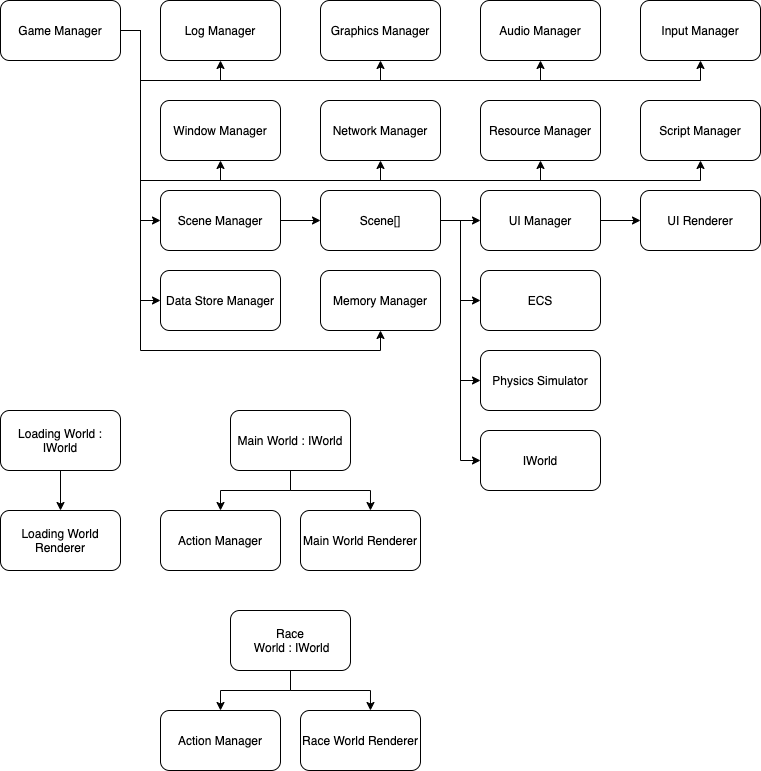
Before: documentation/technical_architecture/images/server_class_structure_overview.drawio.png, a diagram exported from draw.io (snowmeltarcade/projectbirdracing). Source tidied: cells renumbered, new cells last; positions are measured from the earlier drawing's top-left corner, leaving out a move shared by most shapes.
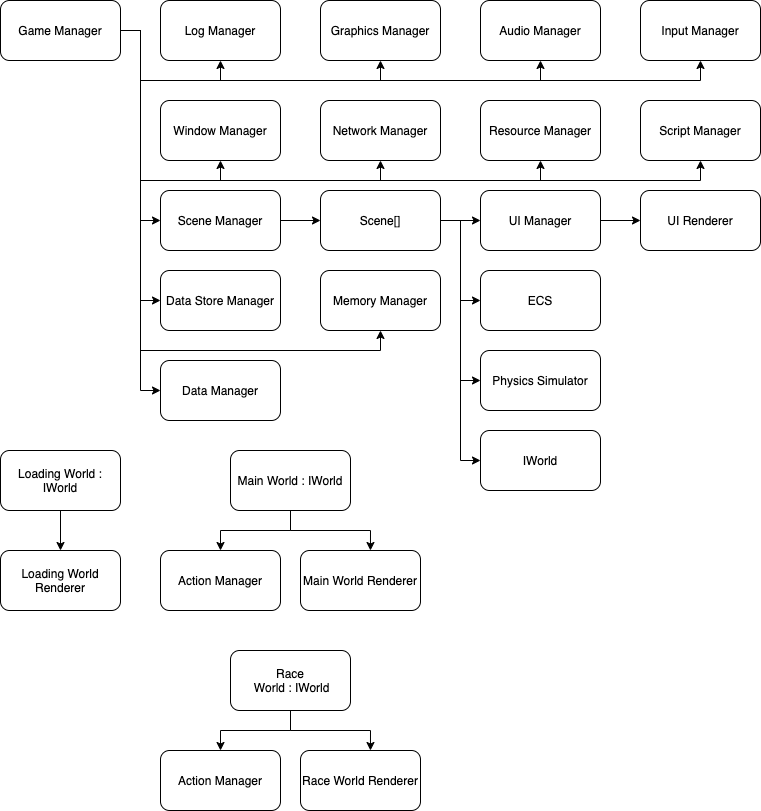
After the change.

Commit message:
Add description of the data manager.

Diff of the diagram source:
```diff
@@ -99,7 +99,7 @@
       <mxGeometry relative="1" as="geometry" />
     </mxCell>
     <mxCell id="20" value="Loading World : IWorld" style="rounded=1;whiteSpace=wrap;html=1;" parent="1" vertex="1">
-      <mxGeometry y="410" width="120" height="60" as="geometry" />
+      <mxGeometry y="450" width="120" height="60" as="geometry" />
     </mxCell>
     <mxCell id="21" value="ECS" style="rounded=1;whiteSpace=wrap;html=1;" parent="1" vertex="1">
       <mxGeometry x="480" y="270" width="120" height="60" as="geometry" />
@@ -117,10 +117,10 @@
       <mxGeometry x="320" y="100" width="120" height="60" as="geometry" />
     </mxCell>
     <mxCell id="26" value="Action Manager" style="rounded=1;whiteSpace=wrap;html=1;" parent="1" vertex="1">
-      <mxGeometry x="160" y="510" width="120" height="60" as="geometry" />
+      <mxGeometry x="160" y="550" width="120" height="60" as="geometry" />
     </mxCell>
     <mxCell id="27" value="Loading World Renderer" style="rounded=1;whiteSpace=wrap;html=1;" parent="1" vertex="1">
-      <mxGeometry y="510" width="120" height="60" as="geometry" />
+      <mxGeometry y="550" width="120" height="60" as="geometry" />
     </mxCell>
     <mxCell id="28" style="edgeStyle=orthogonalEdgeStyle;rounded=0;jettySize=auto;html=1;" parent="1" edge="1" source="29" target="34">
       <mxGeometry relative="1" as="geometry" />
@@ -156,13 +156,13 @@
       <mxGeometry relative="1" as="geometry" />
     </mxCell>
     <mxCell id="39" value="Main World : IWorld" style="rounded=1;whiteSpace=wrap;html=1;" parent="1" vertex="1">
-      <mxGeometry x="230" y="410" width="120" height="60" as="geometry" />
+      <mxGeometry x="230" y="450" width="120" height="60" as="geometry" />
     </mxCell>
     <mxCell id="40" value="Main World Renderer" style="rounded=1;whiteSpace=wrap;html=1;" parent="1" vertex="1">
-      <mxGeometry x="300" y="510" width="120" height="60" as="geometry" />
+      <mxGeometry x="300" y="550" width="120" height="60" as="geometry" />
     </mxCell>
     <mxCell id="41" value="Action Manager" style="rounded=1;whiteSpace=wrap;html=1;" parent="1" vertex="1">
-      <mxGeometry x="160" y="710" width="120" height="60" as="geometry" />
+      <mxGeometry x="160" y="750" width="120" height="60" as="geometry" />
     </mxCell>
     <mxCell id="42" style="edgeStyle=orthogonalEdgeStyle;rounded=0;jettySize=auto;html=1;exitX=0.5;exitY=1;exitDx=0;exitDy=0;entryX=0.5;entryY=0;entryDx=0;entryDy=0;" parent="1" edge="1" source="44" target="41">
       <mxGeometry relative="1" as="geometry" />
@@ -171,10 +171,10 @@
       <mxGeometry relative="1" as="geometry" />
     </mxCell>
     <mxCell id="44" value="Race&lt;br&gt;&amp;nbsp;World : IWorld" style="rounded=1;whiteSpace=wrap;html=1;" parent="1" vertex="1">
-      <mxGeometry x="230" y="610" width="120" height="60" as="geometry" />
+      <mxGeometry x="230" y="650" width="120" height="60" as="geometry" />
     </mxCell>
     <mxCell id="45" value="Race World Renderer" style="rounded=1;whiteSpace=wrap;html=1;" parent="1" vertex="1">
-      <mxGeometry x="300" y="710" width="120" height="60" as="geometry" />
+      <mxGeometry x="300" y="750" width="120" height="60" as="geometry" />
     </mxCell>
     <mxCell id="46" value="Resource Manager" style="rounded=1;whiteSpace=wrap;html=1;" parent="1" vertex="1">
       <mxGeometry x="480" y="100" width="120" height="60" as="geometry" />
@@ -188,5 +188,16 @@
     <mxCell id="49" value="Memory Manager" style="rounded=1;whiteSpace=wrap;html=1;" parent="1" vertex="1">
       <mxGeometry x="320" y="270" width="120" height="60" as="geometry" />
     </mxCell>
+    <mxCell id="50" value="Data Manager" style="rounded=1;whiteSpace=wrap;html=1;" parent="1" vertex="1">
+      <mxGeometry x="160" y="360" width="120" height="60" as="geometry" />
+    </mxCell>
+    <mxCell id="51" style="edgeStyle=orthogonalEdgeStyle;rounded=0;jettySize=auto;html=1;exitX=1;exitY=0.5;exitDx=0;exitDy=0;entryX=0;entryY=0.5;entryDx=0;entryDy=0;" parent="1" edge="1" source="13" target="50">
+      <mxGeometry relative="1" as="geometry">
+        <Array as="points">
+          <mxPoint x="140" y="30" />
+          <mxPoint x="140" y="390" />
+        </Array>
+      </mxGeometry>
+    </mxCell>
   </root>
 </mxGraphModel>
```
